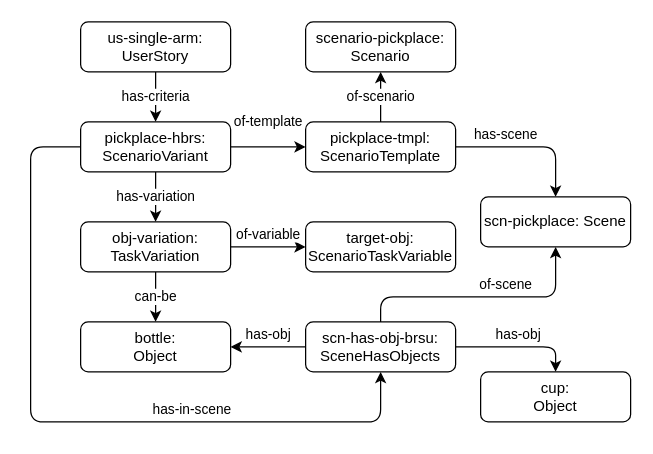
This is page "pickplace-variants" (8 of 8) of bdd-example-pickplace.drawio from minhnh/drawio-diagrams, a draw.io file, before an edit. Source tidied: cells renumbered, new cells numbered last; positions are measured from the earlier drawing's top-left corner, leaving out a move shared by most shapes. Both pictures are drawn from the tidied source at 125%, with x=0, y=0 at pixel (30, 21).
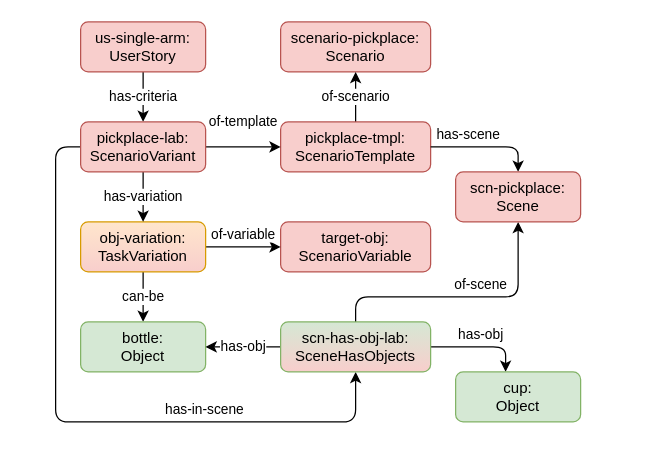
The same page after the edit.

What changed in the source:
```diff
@@
-    <mxCell id="2" value="scenario-pickplace: Scenario" style="rounded=1;whiteSpace=wrap;html=1;" parent="1" vertex="1">
-      <mxGeometry x="220" width="120" height="40" as="geometry" />
+    <mxCell id="2" value="scenario-pickplace: Scenario" style="rounded=1;whiteSpace=wrap;html=1;fillColor=#f8cecc;strokeColor=#b85450;" parent="1" vertex="1">
+      <mxGeometry x="200" width="120" height="40" as="geometry" />
     </mxCell>
@@
-    <mxCell id="4" value="pickplace-tmpl: ScenarioTemplate" style="rounded=1;whiteSpace=wrap;html=1;" parent="1" vertex="1">
-      <mxGeometry x="220" y="80" width="120" height="40" as="geometry" />
+    <mxCell id="4" value="pickplace-tmpl: ScenarioTemplate" style="rounded=1;whiteSpace=wrap;html=1;fillColor=#f8cecc;strokeColor=#b85450;" parent="1" vertex="1">
+      <mxGeometry x="200" y="80" width="120" height="40" as="geometry" />
     </mxCell>
-    <mxCell id="5" value="target-obj: ScenarioTaskVariable" style="rounded=1;whiteSpace=wrap;html=1;" parent="1" vertex="1">
-      <mxGeometry x="220" y="160" width="120" height="40" as="geometry" />
+    <mxCell id="5" value="target-obj: ScenarioVariable" style="rounded=1;whiteSpace=wrap;html=1;fillColor=#f8cecc;strokeColor=#b85450;" parent="1" vertex="1">
+      <mxGeometry x="200" y="160" width="120" height="40" as="geometry" />
     </mxCell>
@@
-    <mxCell id="7" value="us-single-arm: UserStory" style="rounded=1;whiteSpace=wrap;html=1;" parent="1" vertex="1">
-      <mxGeometry x="40" width="120" height="40" as="geometry" />
+    <mxCell id="7" value="us-single-arm: UserStory" style="rounded=1;whiteSpace=wrap;html=1;fillColor=#f8cecc;strokeColor=#b85450;" parent="1" vertex="1">
+      <mxGeometry x="40" width="100" height="40" as="geometry" />
     </mxCell>
@@
-    <mxCell id="10" value="obj-variation: TaskVariation" style="rounded=1;whiteSpace=wrap;html=1;" parent="1" vertex="1">
-      <mxGeometry x="40" y="160" width="120" height="40" as="geometry" />
+    <mxCell id="10" value="obj-variation: TaskVariation" style="rounded=1;whiteSpace=wrap;html=1;fillColor=#ffe6cc;strokeColor=#d79b00;gradientColor=#F8CECC;" parent="1" vertex="1">
+      <mxGeometry x="40" y="160" width="100" height="40" as="geometry" />
     </mxCell>
-    <mxCell id="11" value="bottle:&lt;br&gt;Object" style="rounded=1;whiteSpace=wrap;html=1;" parent="1" vertex="1">
-      <mxGeometry x="40" y="240" width="120" height="40" as="geometry" />
+    <mxCell id="11" value="bottle:&lt;br&gt;Object" style="rounded=1;whiteSpace=wrap;html=1;fillColor=#d5e8d4;strokeColor=#82b366;" parent="1" vertex="1">
+      <mxGeometry x="40" y="240" width="100" height="40" as="geometry" />
     </mxCell>
     <mxCell id="12" value="has-variation" style="edgeStyle=orthogonalEdgeStyle;rounded=1;jettySize=auto;html=1;labelBackgroundColor=default;" parent="1" edge="1" source="15" target="10">
       <mxGeometry relative="1" as="geometry">
         <Array as="points">
-          <mxPoint x="97.5" y="180" />
-          <mxPoint x="97.5" y="180" />
+          <mxPoint x="87.5" y="180" />
+          <mxPoint x="87.5" y="180" />
         </Array>
       </mxGeometry>
     </mxCell>
@@
     <mxCell id="14" value="has-in-scene" style="edgeStyle=orthogonalEdgeStyle;shape=connector;rounded=1;jettySize=auto;html=1;labelBackgroundColor=default;strokeColor=default;align=center;verticalAlign=middle;fontFamily=Helvetica;fontSize=11;fontColor=default;endArrow=classic;" parent="1" edge="1" source="15" target="19">
-      <mxGeometry x="0.34" y="10" relative="1" as="geometry">
+      <mxGeometry x="0.38" y="10" relative="1" as="geometry">
         <Array as="points">
-          <mxPoint y="100" />
-          <mxPoint y="320" />
-          <mxPoint x="280" y="320" />
+          <mxPoint x="20" y="100" />
+          <mxPoint x="20" y="320" />
+          <mxPoint x="260" y="320" />
         </Array>
       </mxGeometry>
     </mxCell>
-    <mxCell id="15" value="pickplace-hbrs: ScenarioVariant" style="rounded=1;whiteSpace=wrap;html=1;" parent="1" vertex="1">
-      <mxGeometry x="40" y="80" width="120" height="40" as="geometry" />
+    <mxCell id="15" value="pickplace-lab: ScenarioVariant" style="rounded=1;whiteSpace=wrap;html=1;fillColor=#f8cecc;strokeColor=#b85450;" parent="1" vertex="1">
+      <mxGeometry x="40" y="80" width="100" height="40" as="geometry" />
     </mxCell>
     <mxCell id="16" value="has-obj" style="edgeStyle=orthogonalEdgeStyle;shape=connector;rounded=1;jettySize=auto;html=1;labelBackgroundColor=default;strokeColor=default;align=center;verticalAlign=middle;fontFamily=Helvetica;fontSize=11;fontColor=default;endArrow=classic;" parent="1" edge="1" source="19" target="11">
-      <mxGeometry y="-10" relative="1" as="geometry" />
+      <mxGeometry relative="1" as="geometry" />
     </mxCell>
     <mxCell id="17" value="of-scene" style="edgeStyle=orthogonalEdgeStyle;shape=connector;rounded=1;jettySize=auto;html=1;labelBackgroundColor=default;strokeColor=default;align=center;verticalAlign=middle;fontFamily=Helvetica;fontSize=11;fontColor=default;endArrow=classic;" parent="1" edge="1" source="19" target="21">
-      <mxGeometry x="0.2" y="10" relative="1" as="geometry">
+      <mxGeometry x="0.14" y="10" relative="1" as="geometry">
         <Array as="points">
-          <mxPoint x="280" y="220" />
-          <mxPoint x="420" y="220" />
+          <mxPoint x="260" y="220" />
+          <mxPoint x="390" y="220" />
         </Array>
       </mxGeometry>
     </mxCell>
     <mxCell id="18" value="has-obj" style="edgeStyle=orthogonalEdgeStyle;shape=connector;rounded=1;jettySize=auto;html=1;labelBackgroundColor=default;strokeColor=default;align=center;verticalAlign=middle;fontFamily=Helvetica;fontSize=11;fontColor=default;endArrow=classic;" parent="1" edge="1" source="19" target="22">
       <mxGeometry y="10" relative="1" as="geometry">
         <Array as="points">
-          <mxPoint x="420" y="260" />
+          <mxPoint x="380" y="260" />
         </Array>
       </mxGeometry>
     </mxCell>
-    <mxCell id="19" value="scn-has-obj-brsu: SceneHasObjects" style="rounded=1;whiteSpace=wrap;html=1;" parent="1" vertex="1">
-      <mxGeometry x="220" y="240" width="120" height="40" as="geometry" />
+    <mxCell id="19" value="scn-has-obj-lab: SceneHasObjects" style="rounded=1;whiteSpace=wrap;html=1;fillColor=#d5e8d4;strokeColor=#82b366;gradientColor=#F8CECC;" parent="1" vertex="1">
+      <mxGeometry x="200" y="240" width="120" height="40" as="geometry" />
     </mxCell>
     <mxCell id="20" value="has-scene" style="edgeStyle=orthogonalEdgeStyle;shape=connector;rounded=1;jettySize=auto;html=1;labelBackgroundColor=default;strokeColor=default;align=center;verticalAlign=middle;fontFamily=Helvetica;fontSize=11;fontColor=default;endArrow=classic;" parent="1" edge="1" source="4" target="21">
       <mxGeometry x="-0.33" y="10" relative="1" as="geometry">
         <Array as="points">
-          <mxPoint x="420" y="100" />
+          <mxPoint x="390" y="100" />
         </Array>
       </mxGeometry>
     </mxCell>
-    <mxCell id="21" value="scn-pickplace: Scene" style="rounded=1;whiteSpace=wrap;html=1;" parent="1" vertex="1">
-      <mxGeometry x="360" y="140" width="120" height="40" as="geometry" />
+    <mxCell id="21" value="scn-pickplace: Scene" style="rounded=1;whiteSpace=wrap;html=1;fillColor=#f8cecc;strokeColor=#b85450;" parent="1" vertex="1">
+      <mxGeometry x="340" y="120" width="100" height="40" as="geometry" />
     </mxCell>
-    <mxCell id="22" value="cup:&lt;br&gt;Object" style="rounded=1;whiteSpace=wrap;html=1;" parent="1" vertex="1">
-      <mxGeometry x="360" y="280" width="120" height="40" as="geometry" />
+    <mxCell id="22" value="cup:&lt;br&gt;Object" style="rounded=1;whiteSpace=wrap;html=1;fillColor=#d5e8d4;strokeColor=#82b366;" parent="1" vertex="1">
+      <mxGeometry x="340" y="280" width="100" height="40" as="geometry" />
     </mxCell>
```
